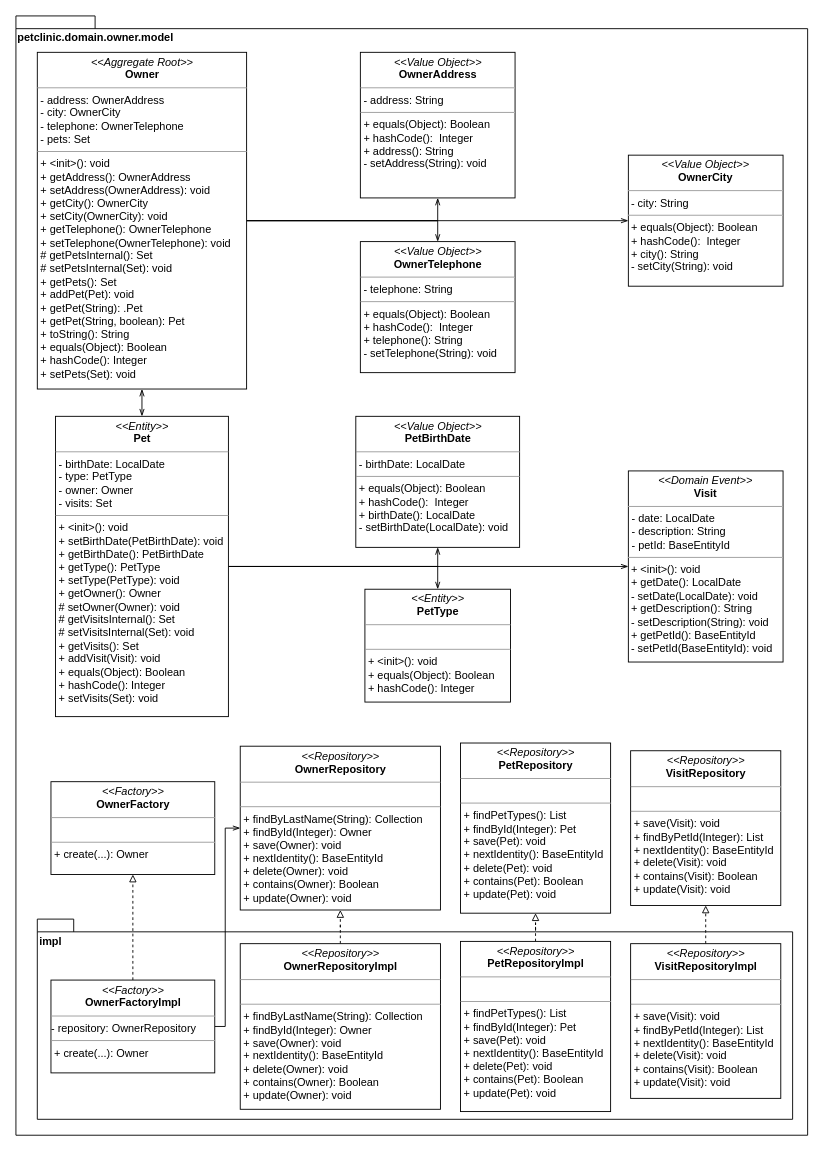
The draw.io diagram page "new-domain-owner" (6 of 7) of gfx/example/petclinic/raw/uml-petclinic.drawio in DanielKraft/bachelor-thesis, before the edit. Source tidied: cells renumbered, new cells numbered last; positions are measured from the earlier drawing's top-left corner, leaving out a move shared by most shapes. Both pictures are drawn from the tidied source at 91%, with x=0, y=0 at pixel (15, 15).
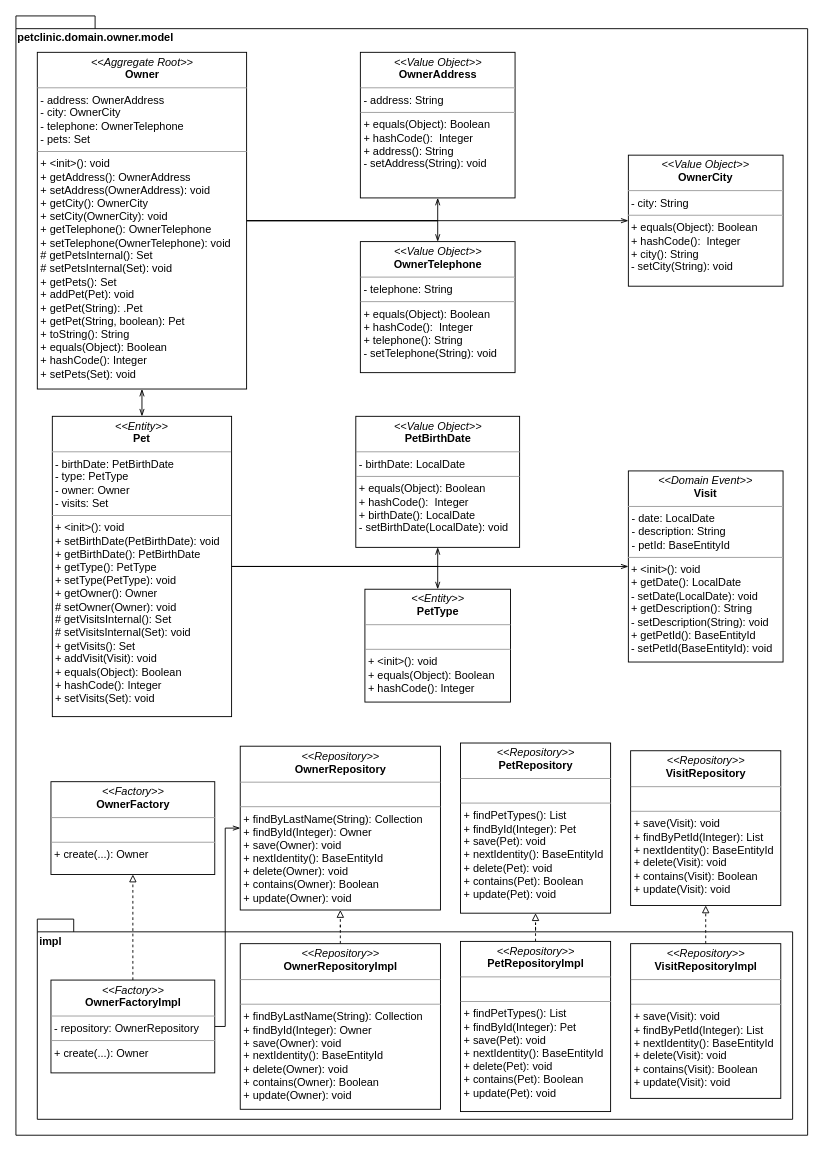
The same diagram, later.

The change refers to these unchanged cells:
```xml
<mxCell id="20" value="&lt;p style=&quot;margin: 0px ; margin-top: 4px ; text-align: center&quot;&gt;&lt;i&gt;&amp;lt;&amp;lt;Aggregate Root&amp;gt;&amp;gt;&lt;/i&gt;&lt;br&gt;&lt;b&gt;Owner&lt;/b&gt;&lt;/p&gt;&lt;hr size=&quot;1&quot;&gt;&lt;div&gt;&amp;nbsp;- address: OwnerAddress&lt;/div&gt;&lt;div&gt;&amp;nbsp;- city: OwnerCity&lt;/div&gt;&lt;div&gt;&amp;nbsp;- telephone: OwnerTelephone&lt;/div&gt;&lt;div&gt;&amp;nbsp;- pets: Set&lt;/div&gt;&lt;hr size=&quot;1&quot;&gt;&lt;div&gt;&amp;nbsp;+ &amp;lt;init&amp;gt;(): void&lt;/div&gt;&lt;div&gt;&amp;nbsp;+ getAddress(): OwnerAddress&lt;/div&gt;&lt;div&gt;&amp;nbsp;+ setAddress(OwnerAddress): void&lt;/div&gt;&lt;div&gt;&amp;nbsp;+ getCity(): OwnerCity&lt;/div&gt;&lt;div&gt;&amp;nbsp;+ setCity(OwnerCity): void&lt;/div&gt;&lt;div&gt;&amp;nbsp;+ getTelephone(): OwnerTelephone&lt;/div&gt;&lt;div&gt;&amp;nbsp;+ setTelephone(OwnerTelephone): void&lt;/div&gt;&lt;div&gt;&amp;nbsp;# getPetsInternal(): Set&lt;/div&gt;&lt;div&gt;&amp;nbsp;# setPetsInternal(Set): void&lt;/div&gt;&lt;div&gt;&amp;nbsp;+ getPets(): Set&lt;/div&gt;&lt;div&gt;&amp;nbsp;+ addPet(Pet): void&lt;/div&gt;&lt;div&gt;&amp;nbsp;+ getPet(String): .Pet&lt;/div&gt;&lt;div&gt;&amp;nbsp;+ getPet(String, boolean): Pet&lt;/div&gt;&lt;div&gt;&amp;nbsp;+ toString(): String&lt;/div&gt;&lt;div&gt;&amp;nbsp;+ equals(Object): Boolean&lt;/div&gt;&lt;div&gt;&amp;nbsp;+ hashCode(): Integer&lt;/div&gt;&lt;div&gt;&amp;nbsp;+ setPets(Set): void&lt;/div&gt;" style="verticalAlign=top;align=left;overflow=fill;fontSize=12;fontFamily=Helvetica;html=1;" parent="1" vertex="1">
  <mxGeometry x="23.5" y="40" width="230" height="370" as="geometry" />
</mxCell>
```

Diff of the diagram source:
```diff
@@
-    <mxCell id="12" value="&lt;p style=&quot;margin: 0px ; margin-top: 4px ; text-align: center&quot;&gt;&lt;i&gt;&amp;lt;&amp;lt;Factory&amp;gt;&amp;gt;&lt;/i&gt;&lt;br&gt;&lt;b&gt;OwnerFactoryImpl&lt;/b&gt;&lt;b&gt;&lt;/b&gt;&lt;/p&gt;&lt;hr size=&quot;1&quot;&gt;- repository: OwnerRepository&lt;br&gt;&lt;hr size=&quot;1&quot;&gt;&lt;div&gt;&amp;nbsp;+ create(...): Owner&lt;/div&gt;" style="verticalAlign=top;align=left;overflow=fill;fontSize=12;fontFamily=Helvetica;html=1;" parent="1" vertex="1">
+    <mxCell id="12" value="&lt;p style=&quot;margin: 0px ; margin-top: 4px ; text-align: center&quot;&gt;&lt;i&gt;&amp;lt;&amp;lt;Factory&amp;gt;&amp;gt;&lt;/i&gt;&lt;br&gt;&lt;b&gt;OwnerFactoryImpl&lt;/b&gt;&lt;b&gt;&lt;/b&gt;&lt;/p&gt;&lt;hr size=&quot;1&quot;&gt;&amp;nbsp;- repository: OwnerRepository&lt;br&gt;&lt;hr size=&quot;1&quot;&gt;&lt;div&gt;&amp;nbsp;+ create(...): Owner&lt;/div&gt;" style="verticalAlign=top;align=left;overflow=fill;fontSize=12;fontFamily=Helvetica;html=1;" parent="1" vertex="1">
       <mxGeometry x="38.5" y="1059.5" width="180" height="102" as="geometry" />
     </mxCell>
@@
     <mxCell id="25" style="edgeStyle=orthogonalEdgeStyle;rounded=0;jettySize=auto;html=1;exitX=0.5;exitY=0;exitDx=0;exitDy=0;entryX=0.5;entryY=1;entryDx=0;entryDy=0;endArrow=openThin;endFill=0;startArrow=openThin;startFill=0;" parent="1" edge="1" source="26" target="20">
-      <mxGeometry relative="1" as="geometry" />
+      <mxGeometry relative="1" as="geometry">
+        <Array as="points">
+          <mxPoint x="138" y="440" />
+        </Array>
+      </mxGeometry>
     </mxCell>
-    <mxCell id="26" value="&lt;p style=&quot;margin: 0px ; margin-top: 4px ; text-align: center&quot;&gt;&lt;i&gt;&amp;lt;&amp;lt;Entity&amp;gt;&amp;gt;&lt;/i&gt;&lt;br&gt;&lt;b&gt;Pet&lt;/b&gt;&lt;/p&gt;&lt;hr size=&quot;1&quot;&gt;&lt;div&gt;&amp;nbsp;- birthDate: LocalDate&lt;/div&gt;&lt;div&gt;&amp;nbsp;- type: PetType&lt;/div&gt;&lt;div&gt;&amp;nbsp;- owner: Owner&lt;/div&gt;&lt;div&gt;&amp;nbsp;- visits: Set&lt;/div&gt;&lt;hr size=&quot;1&quot;&gt;&lt;div&gt;&amp;nbsp;+ &amp;lt;init&amp;gt;(): void&lt;/div&gt;&lt;div&gt;&amp;nbsp;+ setBirthDate(PetBirthDate): void&lt;/div&gt;&lt;div&gt;&amp;nbsp;+ getBirthDate(): PetBirthDate&lt;/div&gt;&lt;div&gt;&amp;nbsp;+ getType(): PetType&lt;/div&gt;&lt;div&gt;&amp;nbsp;+ setType(PetType): void&lt;/div&gt;&lt;div&gt;&amp;nbsp;+ getOwner(): Owner&lt;/div&gt;&lt;div&gt;&amp;nbsp;# setOwner(Owner): void&lt;/div&gt;&lt;div&gt;&amp;nbsp;# getVisitsInternal(): Set&lt;/div&gt;&lt;div&gt;&amp;nbsp;# setVisitsInternal(Set): void&lt;/div&gt;&lt;div&gt;&amp;nbsp;+ getVisits(): Set&lt;/div&gt;&lt;div&gt;&amp;nbsp;+ addVisit(Visit): void&lt;/div&gt;&lt;div&gt;&amp;nbsp;+ equals(Object): Boolean&lt;/div&gt;&lt;div&gt;&amp;nbsp;+ hashCode(): Integer&lt;/div&gt;&lt;div&gt;&amp;nbsp;+ setVisits(Set): void&lt;/div&gt;" style="verticalAlign=top;align=left;overflow=fill;fontSize=12;fontFamily=Helvetica;html=1;" parent="1" vertex="1">
-      <mxGeometry x="43.5" y="440" width="190" height="330" as="geometry" />
+    <mxCell id="26" value="&lt;p style=&quot;margin: 0px ; margin-top: 4px ; text-align: center&quot;&gt;&lt;i&gt;&amp;lt;&amp;lt;Entity&amp;gt;&amp;gt;&lt;/i&gt;&lt;br&gt;&lt;b&gt;Pet&lt;/b&gt;&lt;/p&gt;&lt;hr size=&quot;1&quot;&gt;&lt;div&gt;&amp;nbsp;- birthDate: PetBirthDate&lt;/div&gt;&lt;div&gt;&amp;nbsp;- type: PetType&lt;/div&gt;&lt;div&gt;&amp;nbsp;- owner: Owner&lt;/div&gt;&lt;div&gt;&amp;nbsp;- visits: Set&lt;/div&gt;&lt;hr size=&quot;1&quot;&gt;&lt;div&gt;&amp;nbsp;+ &amp;lt;init&amp;gt;(): void&lt;/div&gt;&lt;div&gt;&amp;nbsp;+ setBirthDate(PetBirthDate): void&lt;/div&gt;&lt;div&gt;&amp;nbsp;+ getBirthDate(): PetBirthDate&lt;/div&gt;&lt;div&gt;&amp;nbsp;+ getType(): PetType&lt;/div&gt;&lt;div&gt;&amp;nbsp;+ setType(PetType): void&lt;/div&gt;&lt;div&gt;&amp;nbsp;+ getOwner(): Owner&lt;/div&gt;&lt;div&gt;&amp;nbsp;# setOwner(Owner): void&lt;/div&gt;&lt;div&gt;&amp;nbsp;# getVisitsInternal(): Set&lt;/div&gt;&lt;div&gt;&amp;nbsp;# setVisitsInternal(Set): void&lt;/div&gt;&lt;div&gt;&amp;nbsp;+ getVisits(): Set&lt;/div&gt;&lt;div&gt;&amp;nbsp;+ addVisit(Visit): void&lt;/div&gt;&lt;div&gt;&amp;nbsp;+ equals(Object): Boolean&lt;/div&gt;&lt;div&gt;&amp;nbsp;+ hashCode(): Integer&lt;/div&gt;&lt;div&gt;&amp;nbsp;+ setVisits(Set): void&lt;/div&gt;" style="verticalAlign=top;align=left;overflow=fill;fontSize=12;fontFamily=Helvetica;html=1;" parent="1" vertex="1">
+      <mxGeometry x="40" y="440" width="197" height="330" as="geometry" />
     </mxCell>
```
